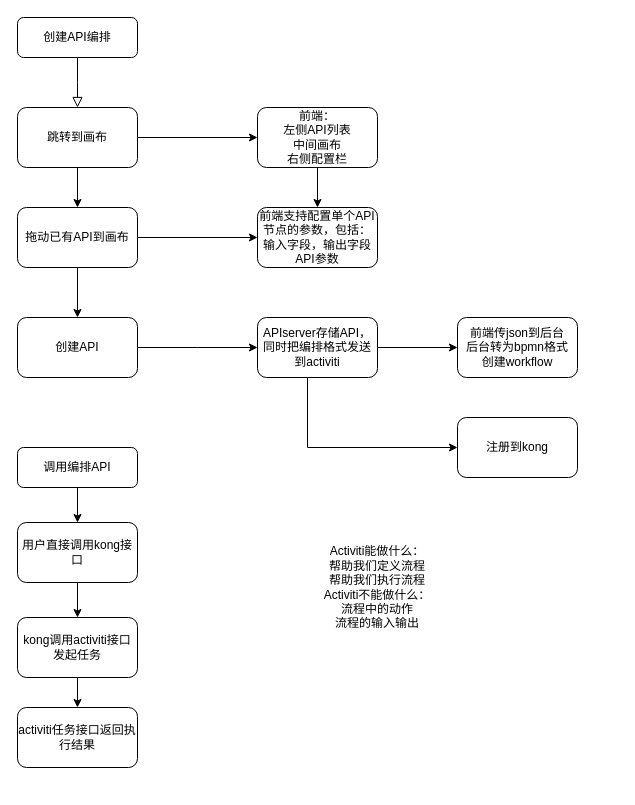
Above: diagrams/API-conpose-service.drawio in justbeatdruid/diagrams (draw.io), before the change. Source tidied: cells renumbered, new cells numbered last; positions are measured from the earlier drawing's top-left corner, leaving out a move shared by most shapes. Both pictures are drawn from the tidied source at 100%, with x=0, y=0 at pixel (17, 17).
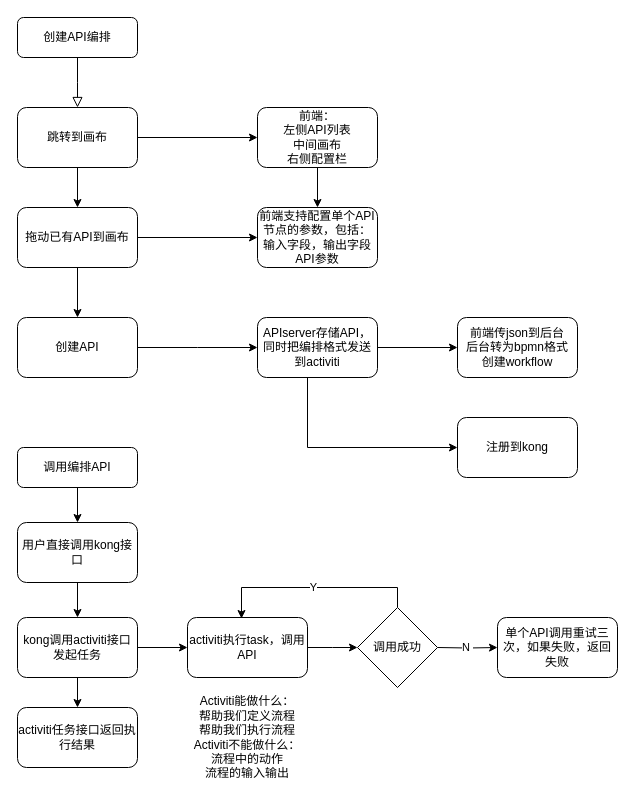
The same page after the edit.

Unchanged cells that the change refers to:
```xml
<mxCell id="25" value="kong调用activiti接口发起任务" style="whiteSpace=wrap;html=1;rounded=1;shadow=0;strokeWidth=1;glass=0;" parent="1" vertex="1">
  <mxGeometry y="600" width="120" height="60" as="geometry" />
</mxCell>
```

Change to the diagram source:
```diff
@@
+    <mxCell id="28" style="edgeStyle=orthogonalEdgeStyle;rounded=0;jettySize=auto;html=1;" parent="1" edge="1" source="25" target="30">
+      <mxGeometry relative="1" as="geometry" />
+    </mxCell>
@@
     <mxCell id="27" value="Activiti能做什么：&lt;br&gt;帮助我们定义流程&lt;br&gt;帮助我们执行流程&lt;br&gt;Activiti不能做什么：&lt;br&gt;流程中的动作&lt;br&gt;流程的输入输出" style="text;html=1;strokeColor=none;fillColor=none;align=center;verticalAlign=middle;whiteSpace=wrap;rounded=0;" parent="1" vertex="1">
-      <mxGeometry x="210" y="520" width="300" height="100" as="geometry" />
+      <mxGeometry x="80" y="670" width="300" height="100" as="geometry" />
     </mxCell>
+    <mxCell id="29" style="edgeStyle=orthogonalEdgeStyle;rounded=0;jettySize=auto;html=1;" parent="1" edge="1" source="30">
+      <mxGeometry relative="1" as="geometry">
+        <mxPoint x="340" y="630" as="targetPoint" />
+      </mxGeometry>
+    </mxCell>
+    <mxCell id="30" value="activiti执行task，调用API" style="rounded=1;whiteSpace=wrap;html=1;" parent="1" vertex="1">
+      <mxGeometry x="170" y="600" width="120" height="60" as="geometry" />
+    </mxCell>
+    <mxCell id="31" value="Y" style="edgeStyle=orthogonalEdgeStyle;rounded=0;jettySize=auto;html=1;entryX=0.45;entryY=0.017;entryDx=0;entryDy=0;entryPerimeter=0;exitX=0.5;exitY=0;exitDx=0;exitDy=0;" parent="1" edge="1" source="34" target="30">
+      <mxGeometry relative="1" as="geometry" />
+    </mxCell>
+    <mxCell id="32" value="N&amp;nbsp;" style="edgeStyle=orthogonalEdgeStyle;rounded=0;jettySize=auto;html=1;" parent="1" edge="1" target="33">
+      <mxGeometry relative="1" as="geometry">
+        <mxPoint x="420" y="630" as="sourcePoint" />
+      </mxGeometry>
+    </mxCell>
+    <mxCell id="33" value="单个API调用重试三次，如果失败，返回失败" style="whiteSpace=wrap;html=1;rounded=1;" parent="1" vertex="1">
+      <mxGeometry x="480" y="600" width="120" height="60" as="geometry" />
+    </mxCell>
+    <mxCell id="34" value="调用成功" style="rhombus;whiteSpace=wrap;html=1;" parent="1" vertex="1">
+      <mxGeometry x="340" y="590" width="80" height="80" as="geometry" />
+    </mxCell>
```
